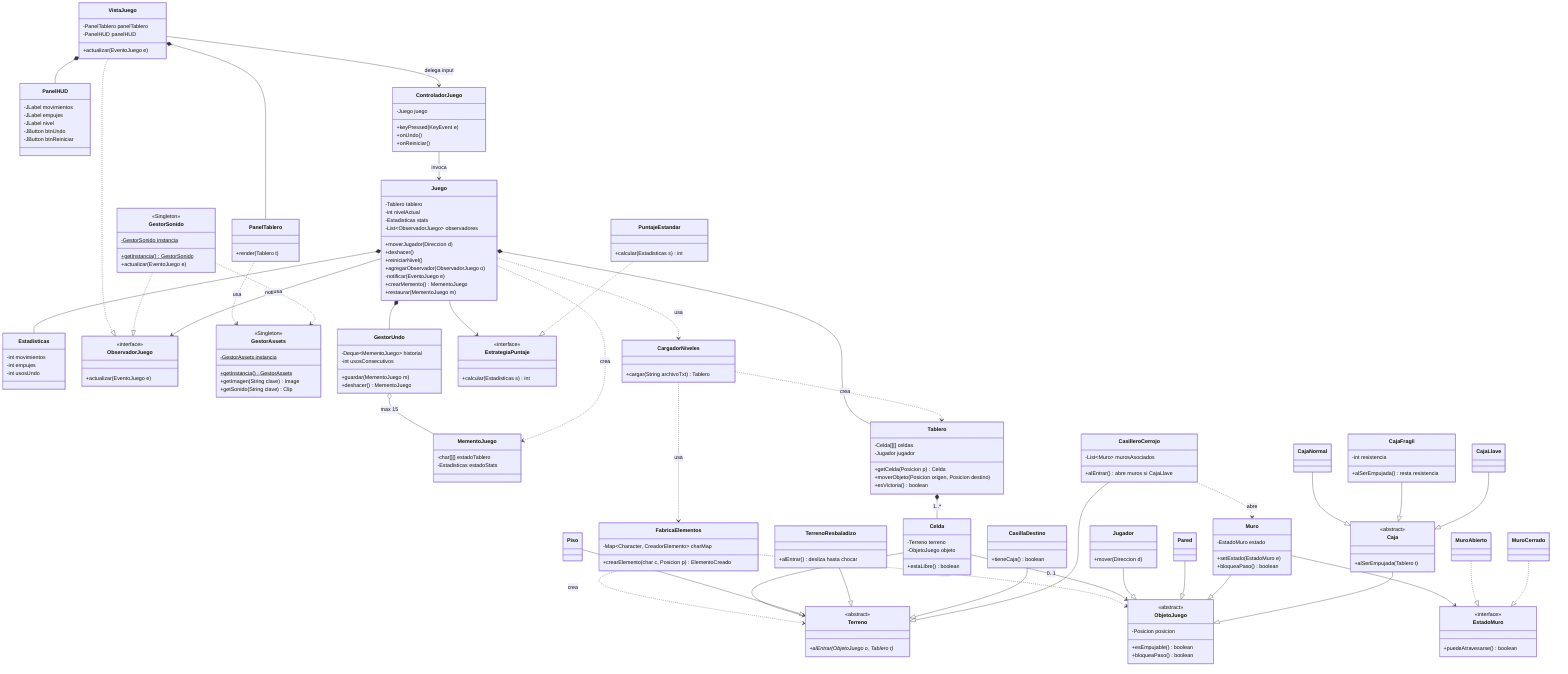
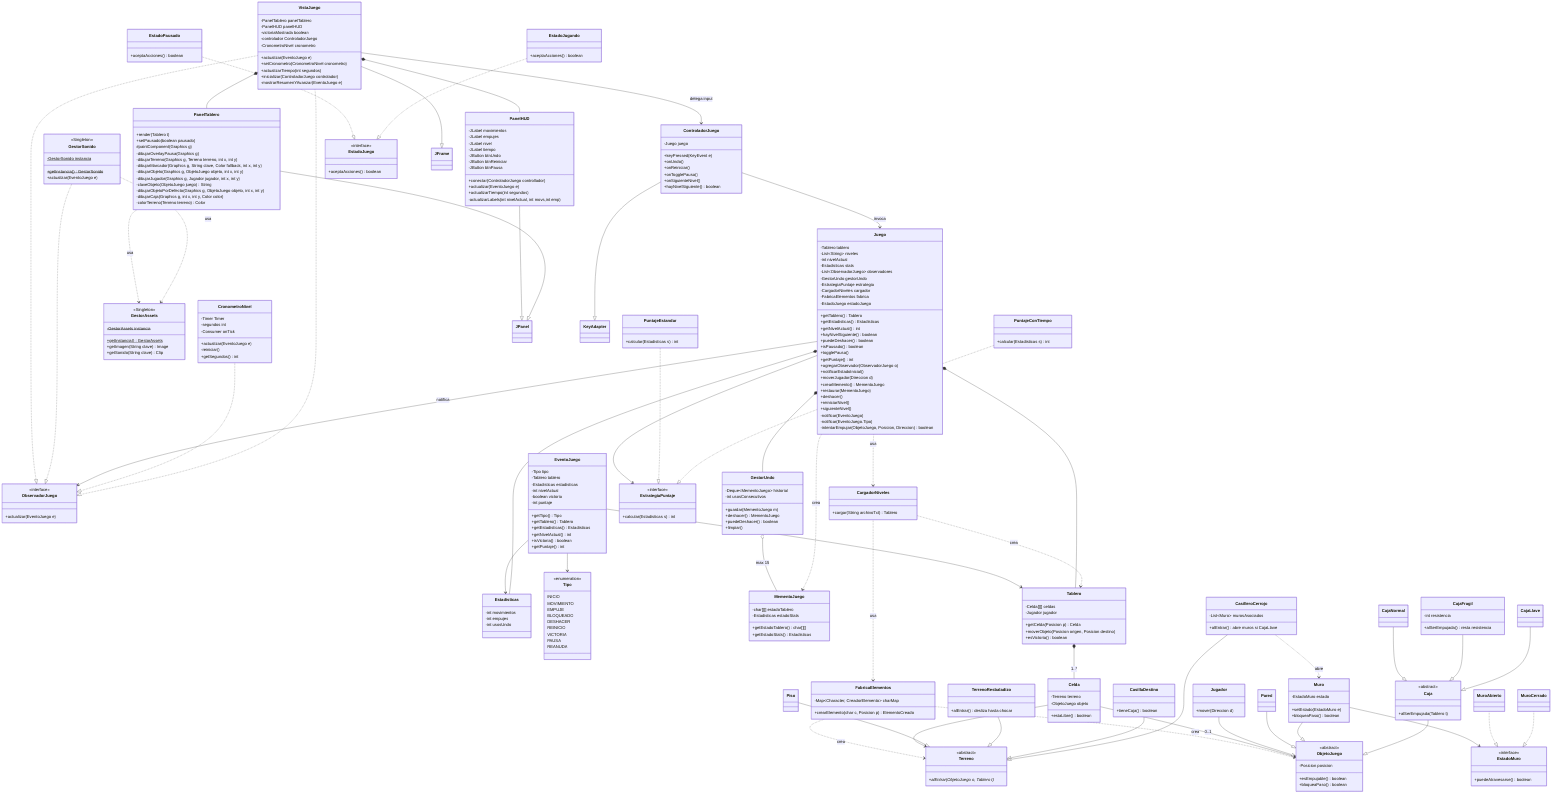
classDiagram
  direction TB

  %% ===== MODELO (nucleo) =====
  class Juego {
    -Tablero tablero
+     -List~String~ niveles
    -int nivelActual
    -Estadisticas stats
    -List~ObservadorJuego~ observadores
+     -GestorUndo gestorUndo
+     -EstrategiaPuntaje estrategia
+     -CargadorNiveles cargador
+     -FabricaElementos fabrica
+     -EstadoJuego estadoJuego
+     +getTablero() Tablero
+     +getEstadisticas() Estadisticas
+     +getNivelActual() int
+     +hayNivelSiguiente() boolean
+     +puedeDeshacer() boolean
+     +isPausado() boolean
+     +togglePausa()
+     +getPuntaje() int
+     +agregarObservador(ObservadorJuego o)
+     +notificarEstadoInicial()
    +moverJugador(Direccion d)
+     +crearMemento() MementoJuego
+     +restaurar(MementoJuego)
    +deshacer()
    +reiniciarNivel()
-     +agregarObservador(ObservadorJuego o)
-     -notificar(EventoJuego e)
-     +crearMemento() MementoJuego
-     +restaurar(MementoJuego m)
+     +siguienteNivel()
+     -notificar(EventoJuego)
+     -notificar(EventoJuego.Tipo)
+     -intentarEmpujar(ObjetoJuego, Posicion, Direccion) boolean
  }

  class Estadisticas {
    -int movimientos
    -int empujes
    -int usosUndo
  }

  %% ===== OBSERVER =====
  class ObservadorJuego {
    <<interface>>
    +actualizar(EventoJuego e)
  }
- 
+   class EventoJuego{
+     -Tipo tipo
+     -Tablero tablero
+     -Estadisticas estadisticas
+     -int nivelActual
+     -boolean victoria
+     -int puntaje
+     +getTipo() Tipo
+     +getTablero() Tablero
+     +getEstadisticas() Estadisticas
+     +getNivelActual() int
+     +isVictoria() boolean
+     +getPuntaje() int
+   }
+   class Tipo {
+     <<enumeration>>
+     INICIO
+     MOVIMIENTO
+     EMPUJE
+     BLOQUEADO
+     DESHACER
+     REINICIO
+     VICTORIA
+     PAUSA
+     REANUDA
+ }
+   %% ===== CRONOMETRO =====
+   class CronometroNivel{
+     -Timer Timer
+     -segundos int
+     -Consumer<Integer> onTick
+     +actualizar(EventoJuego e)
+     -reiniciar()
+     +getSegundos() int
+   }
  %% ===== VISTA =====
  class VistaJuego {
    -PanelTablero panelTablero
    -PanelHUD panelHUD
-     +actualizar(EventoJuego e)
+     -victoriaMostrada boolean
+     -controlador ControladorJuego
+     -CronometroNivel cronometro
+     +actualizar(EventoJuego e)
+     +setCronometro(CronometroNivel cronometro)
+     +actualizarTiempo(int segundos)
+     +inicializar(ControladorJuego controlador)
+     -mostrarResumenYAvanzar(EventoJuego e)
  }
  class PanelTablero {
    +render(Tablero t)
+     +setPausado(boolean pausado)
+     #paintComponent(Graphics g)
+     -dibujarOverlayPausa( Graphics g)
+     -dibujarTerreno(Graphics g, Terreno terreno, int x, int y)
+     -dibujarMarcador(Graphics g, String clave, Color fallback, int x, int y)
+     -dibujarObjeto(Graphics g, ObjetoJuego objeto, int x, int y)
+     -dibujarJugador(Graphics g, Jugador jugador, int x, int y)
+     -claveObjeto(ObjetoJuego juego) String
+     -dibujarObjetoPorDefecto(Graphics g, ObjetoJuego objeto, int x, int y)
+     -dibujarCaja(Graphics g, int x, int y, Color color)
+     -colorTerreno(Terreno terreno) Color
  }
  class PanelHUD {
    -JLabel movimientos
    -JLabel empujes
    -JLabel nivel
+     -JLabel tiempo
    -JButton btnUndo
    -JButton btnReiniciar
+     -JButton btnPausa
+     +conectar(ControladorJuego controllador)
+     +actualizar(EventoJuego e)
+     +actualizarTiempo(int segundos)
+     -actualizarLabels(int nivelActual, int movs,int emp)
+ 
  }

  %% ===== CONTROLADOR =====
  class ControladorJuego {
    -Juego juego
    +keyPressed(KeyEvent e)
    +onUndo()
    +onReiniciar()
+     +onTogglePausa()
+     +onSiguienteNivel()
+     +hayNivelSiguiente() boolean
  }

  %% ===== SINGLETON =====
  class GestorSonido {
    <<Singleton>>
    -GestorSonido instancia$
    +getInstancia()$ GestorSonido
    +actualizar(EventoJuego e)
  }
  class GestorAssets {
    <<Singleton>>
    -GestorAssets instancia$
    +getInstancia()$ GestorAssets
    +getImagen(String clave) Image
    +getSonido(String clave) Clip
  }

  %% ===== MEMENTO (undo) =====
  class GestorUndo {
    -Deque~MementoJuego~ historial
    -int usosConsecutivos
    +guardar(MementoJuego m)
    +deshacer() MementoJuego
+     +puedeDeshacer() boolean
+     +limpiar()
  }
  class MementoJuego {
    -char[][] estadoTablero
    -Estadisticas estadoStats
+     +getEstadoTablero() char[][]
+     +getEstadoStats() Estadisticas
  }

  %% ===== STRATEGY (puntaje) =====
  class EstrategiaPuntaje {
    <<interface>>
    +calcular(Estadisticas s) int
  }
  class PuntajeEstandar {
+     +calcular(Estadisticas s) int
+   }
+   class PuntajeConTiempo{
    +calcular(Estadisticas s) int
  }

  %% ===== FACTORY METHOD (carga de niveles) =====
  class CargadorNiveles {
    +cargar(String archivoTxt) Tablero
  }
  class FabricaElementos {
    -Map~Character, CreadorElemento~ charMap
    +crearElemento(char c, Posicion p) ElementoCreado
  }

  %% ===== TABLERO =====
  class Tablero {
    -Celda[][] celdas
    -Jugador jugador
    +getCelda(Posicion p) Celda
    +moverObjeto(Posicion origen, Posicion destino)
    +esVictoria() boolean
  }
  class Celda {
    -Terreno terreno
    -ObjetoJuego objeto
    +estaLibre() boolean
  }

  %% ===== TERRENOS =====
  class Terreno {
    <<abstract>>
    +alEntrar(ObjetoJuego o, Tablero t)*
  }
  class Piso
  class TerrenoResbaladizo {
    +alEntrar() desliza hasta chocar
  }
  class CasillaDestino {
    +tieneCaja() boolean
  }
  class CasilleroCerrojo {
    -List~Muro~ murosAsociados
    +alEntrar() abre muros si CajaLlave
  }

  %% ===== OBJETOS =====
  class ObjetoJuego {
    <<abstract>>
    -Posicion posicion
    +esEmpujable() boolean
    +bloqueaPaso() boolean
  }
  class Jugador {
    +mover(Direccion d)
  }
  class Pared

  %% ===== STATE (muros) =====
  class Muro {
    -EstadoMuro estado
    +setEstado(EstadoMuro e)
    +bloqueaPaso() boolean
  }
  class EstadoMuro {
    <<interface>>
    +puedeAtravesarse() boolean
  }
  class MuroAbierto
  class MuroCerrado

  %% ===== CAJAS =====
  class Caja {
    <<abstract>>
    +alSerEmpujada(Tablero t)
  }
  class CajaNormal
  class CajaFragil {
    -int resistencia
    +alSerEmpujada() resta resistencia
  }
  class CajaLlave
+ 
+   %% ===== STATE (juego) =====
+   class EstadoJuego {
+     <<interface>>
+     +aceptaAcciones() boolean
+   }
+   class EstadoJugando {
+     +aceptaAcciones() boolean
+   }
+   class EstadoPausado {
+     +aceptaAcciones() boolean
+ }

  %% ===== RELACIONES: MVC + Observer =====
  VistaJuego ..|> ObservadorJuego
  GestorSonido ..|> ObservadorJuego
  Juego --> ObservadorJuego : notifica
  VistaJuego *-- PanelTablero
  VistaJuego *-- PanelHUD
  PanelTablero ..> GestorAssets : usa
  GestorSonido ..> GestorAssets : usa
  ControladorJuego --> Juego : invoca
  VistaJuego --> ControladorJuego : delega input
+   EventoJuego --> Tablero
+   EventoJuego --> Estadisticas
+   EventoJuego --> Tipo
+   CronometroNivel ..|>  ObservadorJuego
+   PanelHUD  --|> JPanel
+   PanelTablero  --|> JPanel
+   VistaJuego  --|> JFrame
+   VistaJuego ..|> ObservadorJuego
+   ControladorJuego --|> KeyAdapter

  %% ===== RELACIONES: Memento =====
  Juego *-- GestorUndo
  GestorUndo o-- MementoJuego : max 15
  Juego ..> MementoJuego : crea

  %% ===== RELACIONES: Strategy =====
  Juego --> EstrategiaPuntaje
  Juego *-- Estadisticas
  PuntajeEstandar ..|> EstrategiaPuntaje
+   PuntajeConTiempo ..|> EstrategiaPuntaje

  %% ===== RELACIONES: Factory + Tablero =====
  Juego *-- Tablero
  Juego ..> CargadorNiveles : usa
  CargadorNiveles ..> FabricaElementos : usa
  CargadorNiveles ..> Tablero : crea
  FabricaElementos ..> Terreno : crea
  FabricaElementos ..> ObjetoJuego : crea
  Tablero *-- Celda : 1..*
  Celda --> Terreno
  Celda --> ObjetoJuego : 0..1

  %% ===== RELACIONES: herencias =====
  Piso --|> Terreno
  TerrenoResbaladizo --|> Terreno
  CasillaDestino --|> Terreno
  CasilleroCerrojo --|> Terreno
  Jugador --|> ObjetoJuego
  Pared --|> ObjetoJuego
  Muro --|> ObjetoJuego
  Caja --|> ObjetoJuego
  CajaNormal --|> Caja
  CajaFragil --|> Caja
  CajaLlave --|> Caja

  %% ===== RELACIONES: State =====
  Muro --> EstadoMuro
  MuroAbierto ..|> EstadoMuro
  MuroCerrado ..|> EstadoMuro
  CasilleroCerrojo ..> Muro : abre
+   EstadoPausado  ..|> EstadoJuego
+   EstadoJugando ..|> EstadoJuego
+ 
